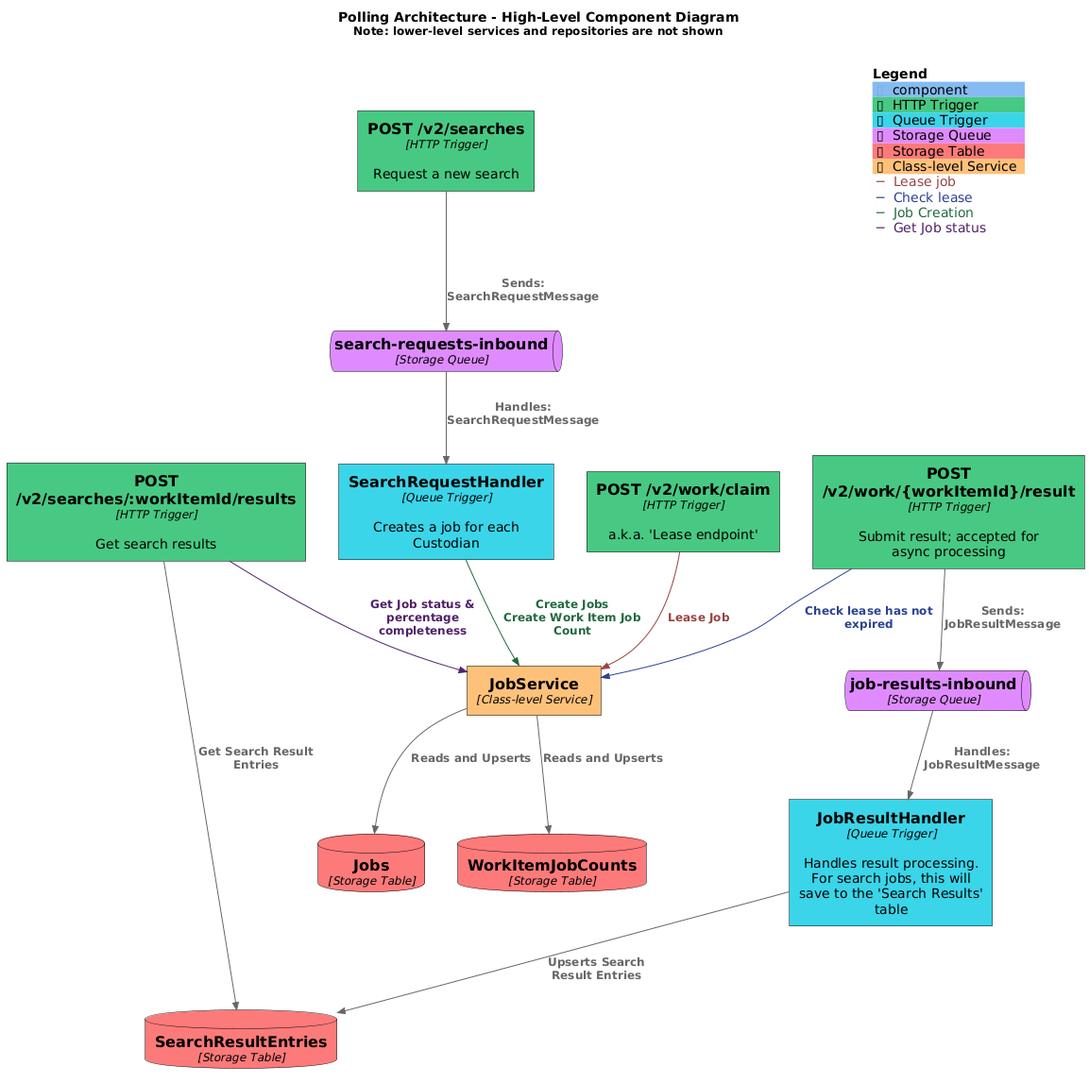
Before: Docs/Architecture models/generated/polling-architecture.png, a diagram exported from PlantUML (DFE-Digital/single-unique-identifier).
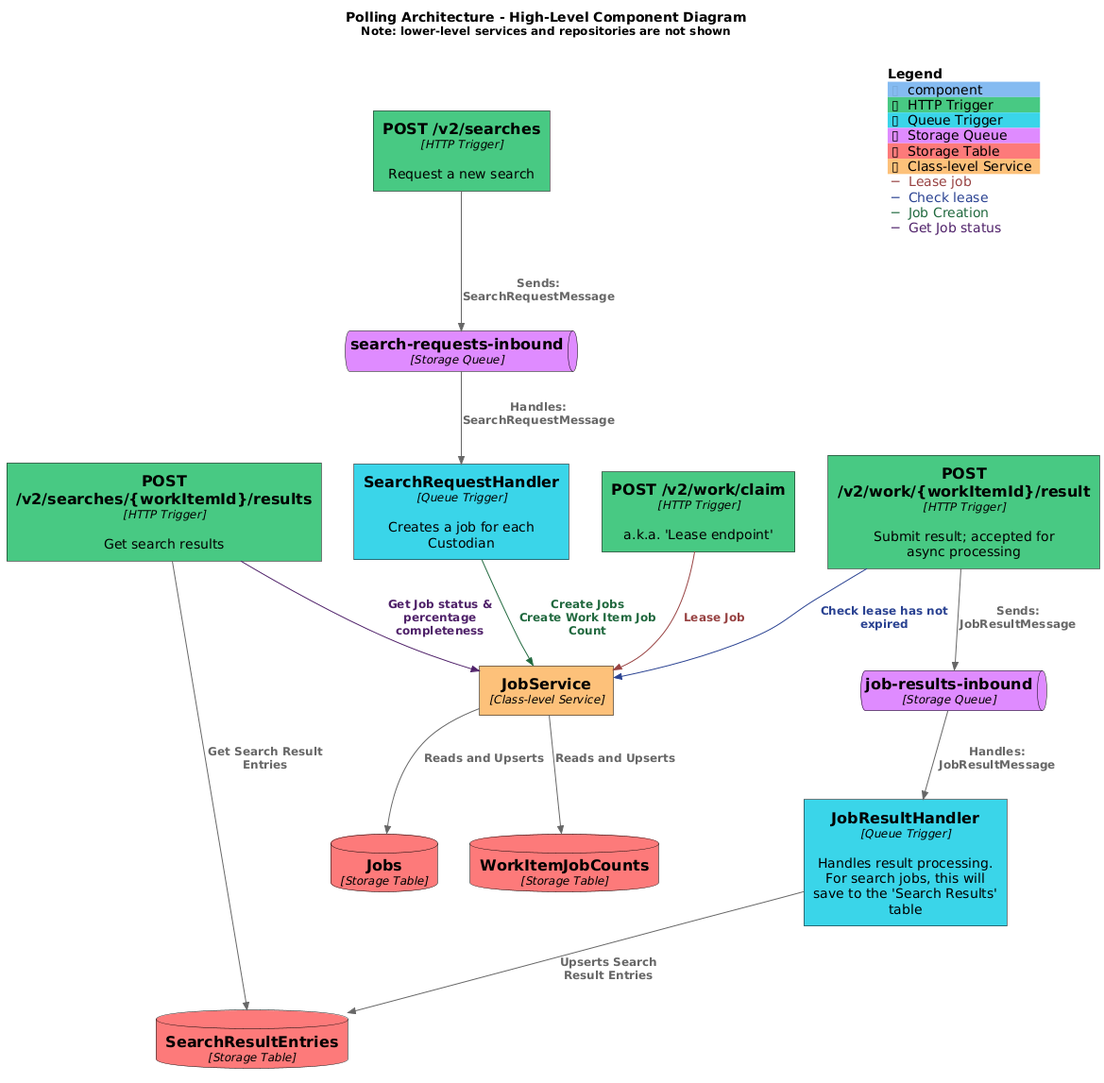
After the change.

Commit message:
Tiny correction to route param format in the Polling Architecture diagram

The edit, as a diff of the source:
```diff
@@ -49,7 +49,7 @@
 Rel(JobResultHandler, SearchResultEntriesTable, "Upserts Search Result Entries")
 
 
-Component(GetSearchResultsEndpoint, "POST /v2/searches/:workItemId/results", "HTTP Trigger", "Get search results", $tags="HTTP Trigger")
+Component(GetSearchResultsEndpoint, "POST /v2/searches/{workItemId}/results", "HTTP Trigger", "Get search results", $tags="HTTP Trigger")
 Rel(GetSearchResultsEndpoint, JobsService, "Get Job status & percentage completeness", $tags="Get Job status")
 Rel(GetSearchResultsEndpoint, SearchResultEntriesTable, "Get Search Result Entries")
 
```
